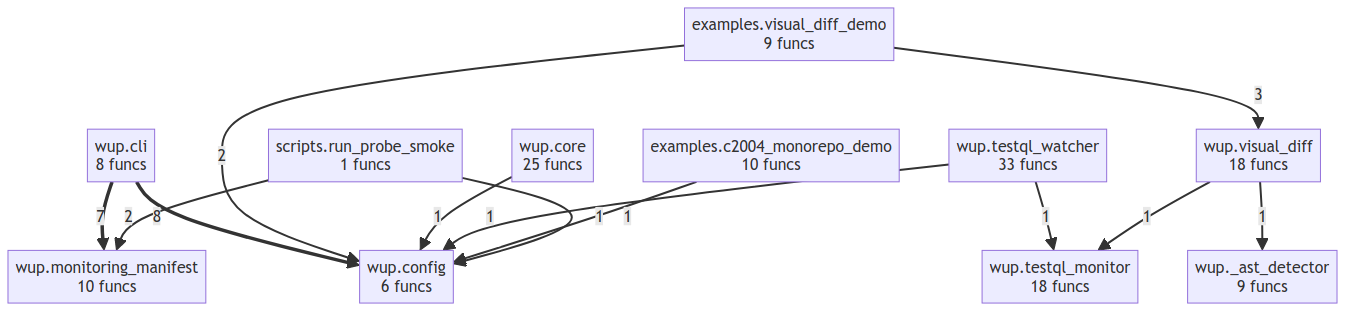
Before: project/compact_flow.png, a diagram exported from Mermaid (semcod/wup). Its source is kept beside it as project/compact_flow.mmd.
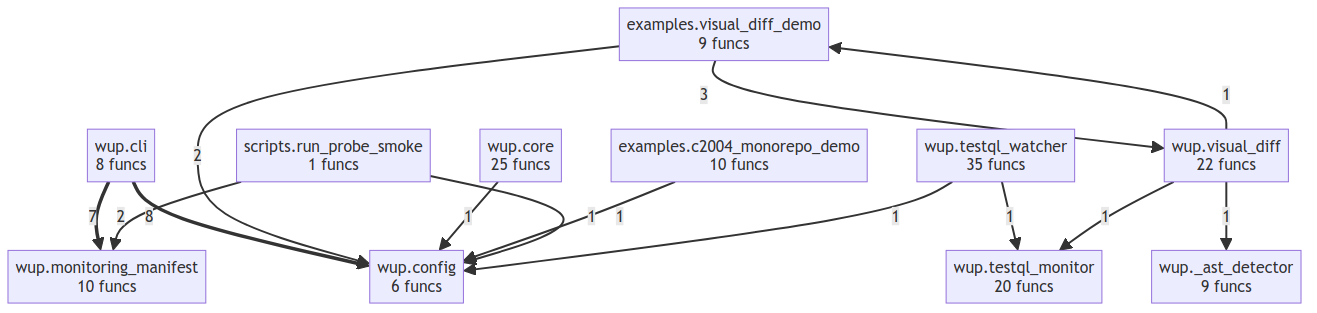
After the change.

What changed in the source:
```diff
@@ -7,18 +7,19 @@
     wup__config["wup.config<br/>6 funcs"]
     wup__core["wup.core<br/>25 funcs"]
     wup__monitoring_manifest["wup.monitoring_manifest<br/>10 funcs"]
-    wup__testql_monitor["wup.testql_monitor<br/>18 funcs"]
-    wup__testql_watcher["wup.testql_watcher<br/>33 funcs"]
-    wup__visual_diff["wup.visual_diff<br/>18 funcs"]
+    wup__testql_monitor["wup.testql_monitor<br/>20 funcs"]
+    wup__testql_watcher["wup.testql_watcher<br/>35 funcs"]
+    wup__visual_diff["wup.visual_diff<br/>22 funcs"]
     wup__cli ==>|8| wup__config
     wup__cli ==>|7| wup__monitoring_manifest
     examples__visual_diff_demo -->|3| wup__visual_diff
     examples__visual_diff_demo -->|2| wup__config
     scripts__run_probe_smoke -->|2| wup__monitoring_manifest
     wup__core -->|1| wup__config
+    examples__c2004_monorepo_demo -->|1| wup__config
+    scripts__run_probe_smoke -->|1| wup__config
     wup__testql_watcher -->|1| wup__config
     wup__testql_watcher -->|1| wup__testql_monitor
     wup__visual_diff -->|1| wup__testql_monitor
     wup__visual_diff -->|1| wup___ast_detector
-    examples__c2004_monorepo_demo -->|1| wup__config
-    scripts__run_probe_smoke -->|1| wup__config
+    wup__visual_diff -->|1| examples__visual_diff_demo
```
